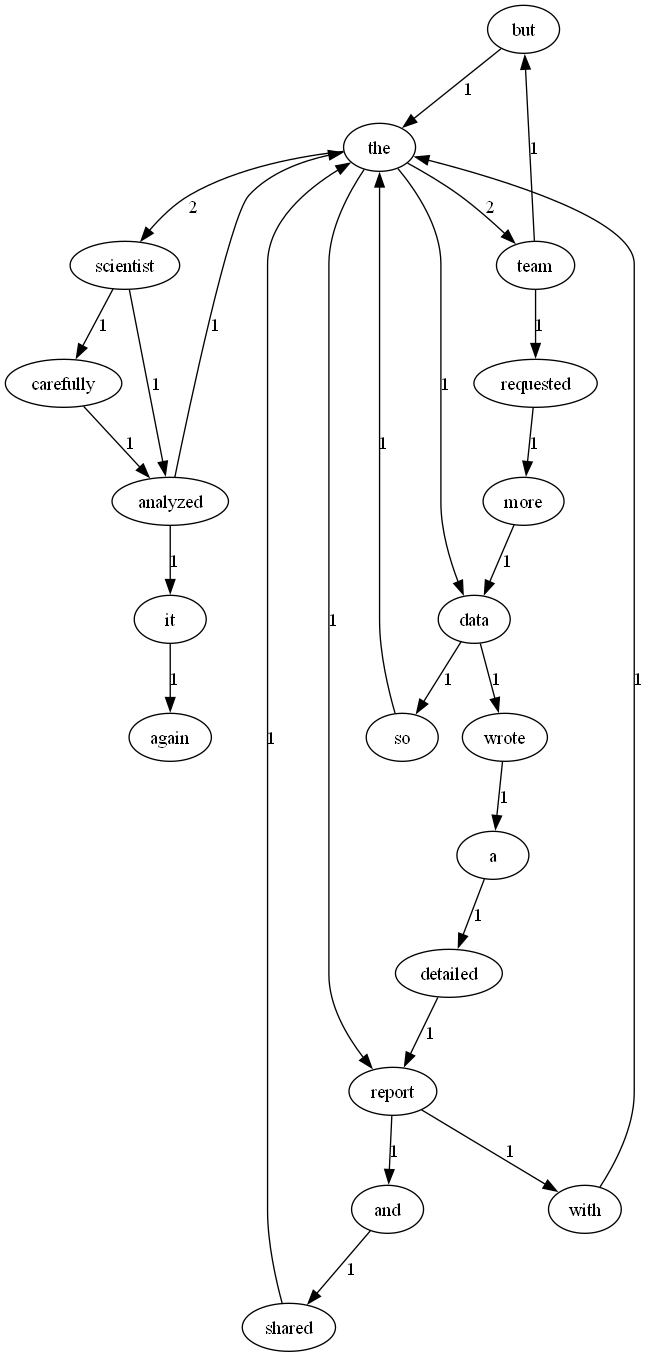
This is graph.png from qianzhilv/lab1-2022110450, a Graphviz export, as it was before one commit. Its source is kept beside it as graph.dot.
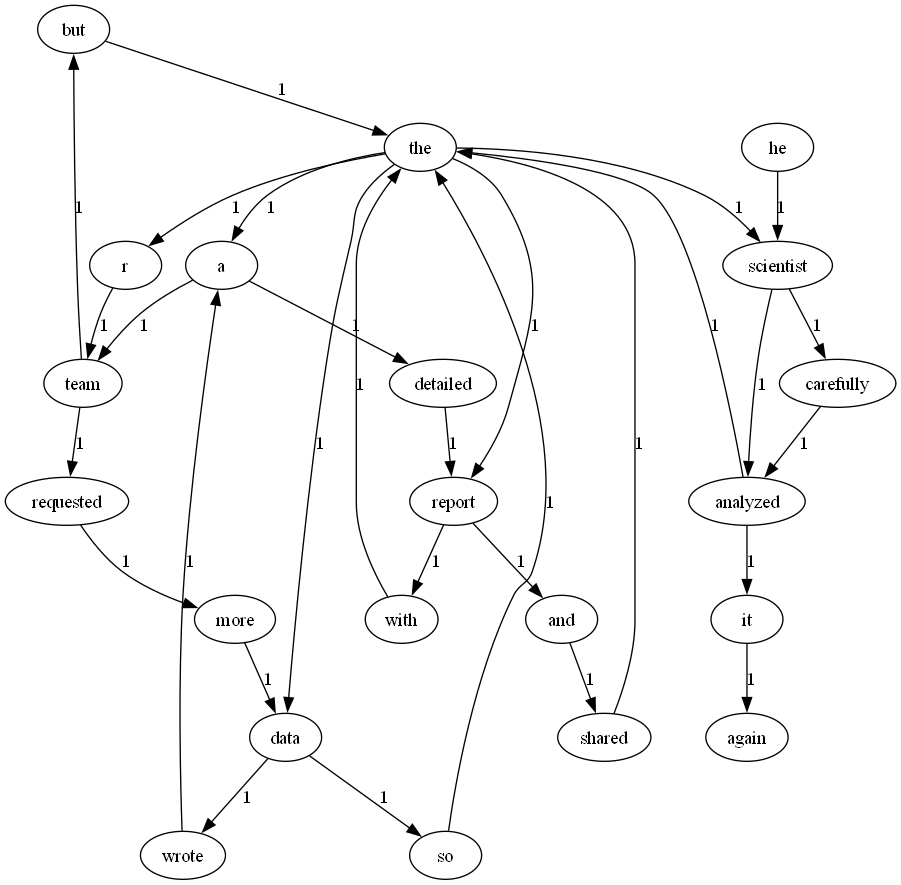
Later version of the same file.

Change to the diagram source:
```diff
@@ -1,6 +1,7 @@
 digraph G {
     "but" -> "the" [label="1"];
     "a" -> "detailed" [label="1"];
+    "a" -> "team" [label="1"];
     "shared" -> "the" [label="1"];
     "data" -> "wrote" [label="1"];
     "data" -> "so" [label="1"];
@@ -14,15 +15,18 @@
     "team" -> "but" [label="1"];
     "team" -> "requested" [label="1"];
     "it" -> "again" [label="1"];
+    "the" -> "a" [label="1"];
+    "the" -> "r" [label="1"];
     "the" -> "data" [label="1"];
-    "the" -> "scientist" [label="2"];
+    "the" -> "scientist" [label="1"];
     "the" -> "report" [label="1"];
-    "the" -> "team" [label="2"];
     "with" -> "the" [label="1"];
+    "r" -> "team" [label="1"];
     "requested" -> "more" [label="1"];
     "detailed" -> "report" [label="1"];
     "and" -> "shared" [label="1"];
     "report" -> "with" [label="1"];
     "report" -> "and" [label="1"];
     "so" -> "the" [label="1"];
+    "he" -> "scientist" [label="1"];
 }
```
